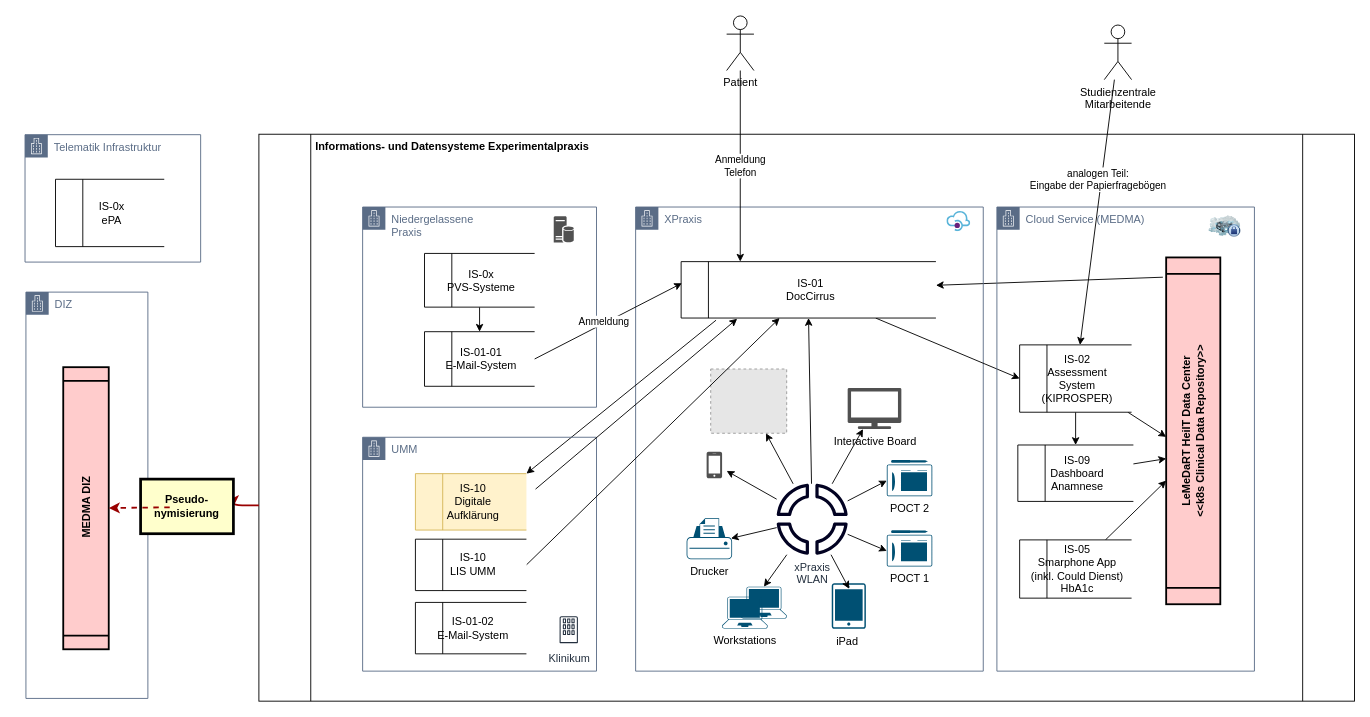
Above: page "ETL-xPraxis-2023-02-10" (5 of 5) of assets/images/ETL-Use-Cases-LeMeDaRT.drawio in HIL-Open-Innovation-Lab/ETL-UseCases-LeMeDaRT (draw.io), before the change. Source tidied: cells renumbered, new cells numbered last; positions are measured from the earlier drawing's top-left corner, leaving out a move shared by most shapes. Both pictures are drawn from the tidied source at 91%, with x=0, y=0 at pixel (-56, 15). Pictures stored in the file or linked from it are replaced by grey dashed boxes.
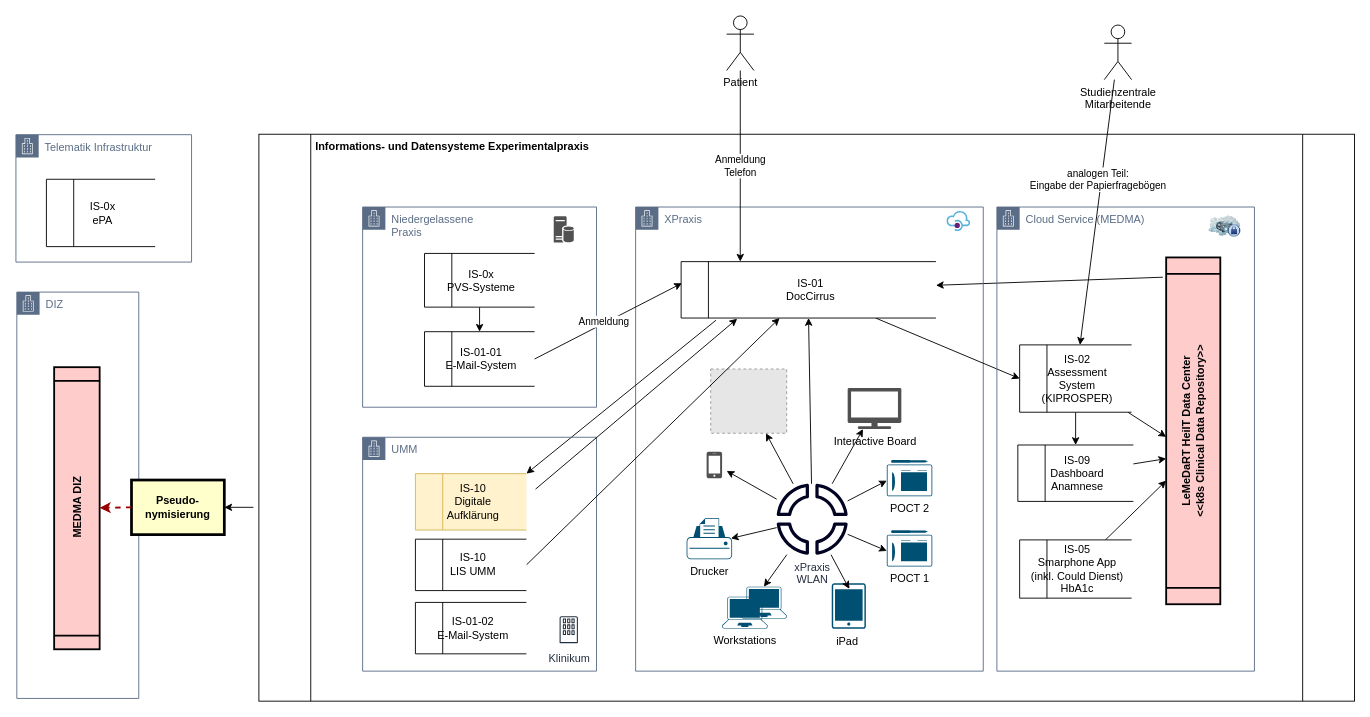
The same diagram, later.

Unchanged cells that the change refers to:
```xml
<mxCell id="35" value="MEDMA DIZ" style="shape=process;whiteSpace=wrap;align=center;verticalAlign=middle;size=0.0475;fontStyle=1;strokeWidth=2;fillColor=#FFCCCC;rotation=-90;" parent="34" vertex="1">
  <mxGeometry x="-89" y="212.5" width="310" height="50" as="geometry" />
</mxCell>
```

Change to the diagram source:
```diff
@@
+    <mxCell id="64" style="edgeStyle=none;html=1;entryX=1;entryY=0.5;entryDx=0;entryDy=0;" parent="1" edge="1" target="36">
+      <mxGeometry relative="1" as="geometry">
+        <mxPoint x="339" y="540" as="sourcePoint" />
+      </mxGeometry>
+    </mxCell>
@@
-    <mxCell id="6" style="edgeStyle=elbowEdgeStyle;elbow=vertical;strokeColor=#990000;strokeWidth=2;entryX=1;entryY=0.5;entryDx=0;entryDy=0;" parent="1" edge="1" target="36">
-      <mxGeometry relative="1" as="geometry">
-        <mxPoint x="345" y="537.8" as="sourcePoint" />
-      </mxGeometry>
-    </mxCell>
     <mxCell id="7" value="&lt;div&gt;IS-0x&lt;/div&gt;&lt;div&gt;ePA&lt;br&gt;&lt;/div&gt;" style="html=1;dashed=0;whitespace=wrap;shape=mxgraph.dfd.dataStoreID;align=center;spacingLeft=3;" parent="1" vertex="1">
-      <mxGeometry x="121.5" y="179.5" width="119.5" height="74" as="geometry" />
+      <mxGeometry x="111.5" y="179.5" width="119.5" height="74" as="geometry" />
     </mxCell>
     <mxCell id="8" value="Telematik Infrastruktur" style="gradientColor=none;html=1;whiteSpace=wrap;fontSize=12;fontStyle=0;shape=mxgraph.aws4.group;grIcon=mxgraph.aws4.group_corporate_data_center;strokeColor=#5A6C86;fillColor=none;verticalAlign=top;align=left;spacingLeft=30;fontColor=#5A6C86;dashed=0;" parent="1" vertex="1">
-      <mxGeometry x="88" y="130.5" width="193" height="140" as="geometry" />
+      <mxGeometry x="78" y="130.5" width="193" height="140" as="geometry" />
     </mxCell>
@@
     <mxCell id="34" value="DIZ" style="gradientColor=none;html=1;whiteSpace=wrap;fontSize=12;fontStyle=0;shape=mxgraph.aws4.group;grIcon=mxgraph.aws4.group_corporate_data_center;strokeColor=#5A6C86;fillColor=none;verticalAlign=top;align=left;spacingLeft=30;fontColor=#5A6C86;dashed=0;" parent="1" vertex="1">
-      <mxGeometry x="89" y="303.5" width="134" height="446.5" as="geometry" />
+      <mxGeometry x="79" y="303.5" width="134" height="446.5" as="geometry" />
     </mxCell>
@@
     <mxCell id="36" value="Pseudo-&#10;nymisierung" style="whiteSpace=wrap;align=center;verticalAlign=middle;fontStyle=1;strokeWidth=3;fillColor=#FFFFCC;" parent="34" vertex="1">
-      <mxGeometry x="126" y="205.5" width="102" height="60" as="geometry" />
+      <mxGeometry x="126" y="206.5" width="102" height="60" as="geometry" />
     </mxCell>
-    <mxCell id="37" style="edgeStyle=elbowEdgeStyle;elbow=vertical;strokeColor=#990000;strokeWidth=2;exitX=0.518;exitY=-0.04;exitDx=0;exitDy=0;exitPerimeter=0;dashed=1;" parent="34" edge="1" target="35">
+    <mxCell id="37" style="edgeStyle=elbowEdgeStyle;elbow=vertical;strokeColor=#990000;strokeWidth=2;dashed=1;exitX=0;exitY=0.5;exitDx=0;exitDy=0;" parent="34" edge="1" source="36" target="35">
       <mxGeometry relative="1" as="geometry">
-        <mxPoint x="158" y="236.5" as="sourcePoint" />
+        <Array as="points">
+          <mxPoint x="130" y="237" />
+        </Array>
       </mxGeometry>
     </mxCell>
```
